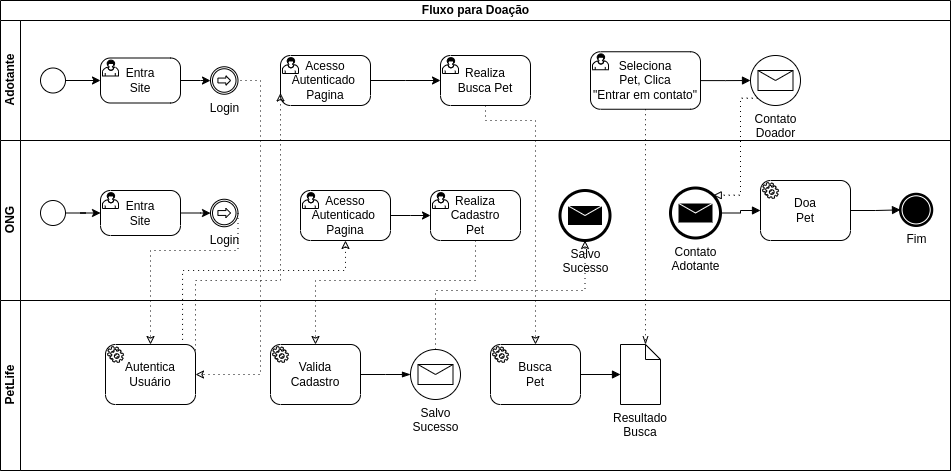
Earlier version of the draw.io export documentation/images/attachment/dv_principal_doacao.png (TurmaADS2020/PetLife). Source tidied: cells renumbered, new cells last; positions are measured from the earlier drawing's top-left corner, leaving out a move shared by most shapes.
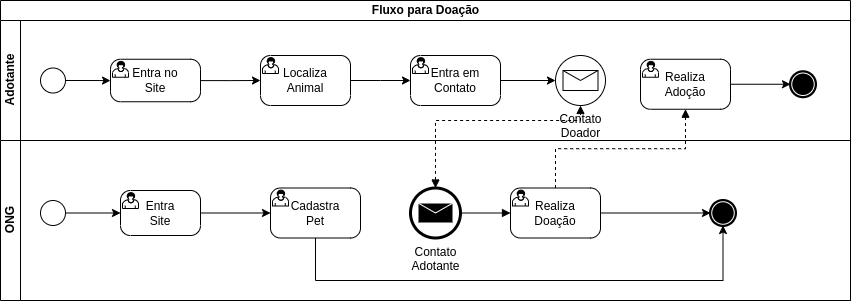
The same file after the commit.

What changed in the source:
```diff
@@ -3,10 +3,10 @@
     <mxCell id="0" />
     <mxCell id="1" parent="0" />
     <mxCell id="2" value="Fluxo para Doação" style="swimlane;html=1;horizontal=1;startSize=20;" parent="1" vertex="1">
-      <mxGeometry width="950" height="470" as="geometry" />
+      <mxGeometry width="850" height="300" as="geometry" />
     </mxCell>
     <mxCell id="3" value="Adotante" style="swimlane;html=1;startSize=20;horizontal=0;" parent="2" vertex="1">
-      <mxGeometry y="20" width="950" height="120" as="geometry" />
+      <mxGeometry y="20" width="850" height="120" as="geometry" />
     </mxCell>
     <mxCell id="4" style="edgeStyle=orthogonalEdgeStyle;rounded=0;jettySize=auto;html=1;elbow=vertical;" parent="3" edge="1" source="5" target="7">
       <mxGeometry relative="1" as="geometry" />
@@ -14,43 +14,38 @@
     <mxCell id="5" style="points=[[0.145,0.145,0],[0.5,0,0],[0.855,0.145,0],[1,0.5,0],[0.855,0.855,0],[0.5,1,0],[0.145,0.855,0],[0,0.5,0]];shape=mxgraph.bpmn.event;html=1;verticalLabelPosition=bottom;labelBackgroundColor=#ffffff;verticalAlign=top;align=center;perimeter=ellipsePerimeter;outlineConnect=0;outline=standard;symbol=general;" parent="3" vertex="1">
       <mxGeometry x="40" y="47.5" width="25" height="25" as="geometry" />
     </mxCell>
-    <mxCell id="6" style="edgeStyle=orthogonalEdgeStyle;rounded=0;jettySize=auto;html=1;elbow=vertical;" parent="3" edge="1" source="7" target="8">
-      <mxGeometry relative="1" as="geometry" />
-    </mxCell>
+    <mxCell id="48" style="edgeStyle=orthogonalEdgeStyle;rounded=0;jettySize=auto;html=1;" parent="3" edge="1" source="7" target="10">
+      <mxGeometry relative="1" as="geometry" />
+    </mxCell>
-    <mxCell id="7" value="Entra&#10;Site" style="points=[[0.25,0,0],[0.5,0,0],[0.75,0,0],[1,0.25,0],[1,0.5,0],[1,0.75,0],[0.75,1,0],[0.5,1,0],[0.25,1,0],[0,0.75,0],[0,0.5,0],[0,0.25,0]];shape=mxgraph.bpmn.task;whiteSpace=wrap;rectStyle=rounded;size=10;taskMarker=user;" parent="3" vertex="1">
-      <mxGeometry x="100" y="37.5" width="80" height="45" as="geometry" />
+    <mxCell id="7" value="Entra no&#10;Site" style="points=[[0.25,0,0],[0.5,0,0],[0.75,0,0],[1,0.25,0],[1,0.5,0],[1,0.75,0],[0.75,1,0],[0.5,1,0],[0.25,1,0],[0,0.75,0],[0,0.5,0],[0,0.25,0]];shape=mxgraph.bpmn.task;whiteSpace=wrap;rectStyle=rounded;size=10;taskMarker=user;" parent="3" vertex="1">
+      <mxGeometry x="110" y="38.8" width="90" height="42.5" as="geometry" />
     </mxCell>
-    <mxCell id="8" value="Login" style="points=[[0.145,0.145,0],[0.5,0,0],[0.855,0.145,0],[1,0.5,0],[0.855,0.855,0],[0.5,1,0],[0.145,0.855,0],[0,0.5,0]];shape=mxgraph.bpmn.event;html=1;verticalLabelPosition=bottom;labelBackgroundColor=#ffffff;verticalAlign=top;align=center;perimeter=ellipsePerimeter;outlineConnect=0;outline=catching;symbol=link;" parent="3" vertex="1">
-      <mxGeometry x="210" y="46.2" width="27.5" height="27.5" as="geometry" />
-    </mxCell>
-    <mxCell id="9" style="edgeStyle=elbowEdgeStyle;fontSize=12;html=1;endFill=0;startFill=0;endSize=6;startSize=6;dashed=1;dashPattern=1 4;endArrow=classic;startArrow=none;rounded=0;entryX=1;entryY=0.5;entryDx=0;entryDy=0;entryPerimeter=0;" parent="3" edge="1" target="36">
-      <mxGeometry relative="1" as="geometry">
-        <mxPoint x="240" y="60" as="sourcePoint" />
-        <Array as="points">
-          <mxPoint x="260" y="210" />
-        </Array>
-      </mxGeometry>
-    </mxCell>
-    <mxCell id="10" value="Acesso&#10;Autenticado &#10;Pagina" style="points=[[0.25,0,0],[0.5,0,0],[0.75,0,0],[1,0.25,0],[1,0.5,0],[1,0.75,0],[0.75,1,0],[0.5,1,0],[0.25,1,0],[0,0.75,0],[0,0.5,0],[0,0.25,0]];shape=mxgraph.bpmn.task;whiteSpace=wrap;rectStyle=rounded;size=10;taskMarker=user;" parent="3" vertex="1">
-      <mxGeometry x="280" y="35" width="90" height="50" as="geometry" />
+    <mxCell id="10" value="Localiza&#10;Animal" style="points=[[0.25,0,0],[0.5,0,0],[0.75,0,0],[1,0.25,0],[1,0.5,0],[1,0.75,0],[0.75,1,0],[0.5,1,0],[0.25,1,0],[0,0.75,0],[0,0.5,0],[0,0.25,0]];shape=mxgraph.bpmn.task;whiteSpace=wrap;rectStyle=rounded;size=10;taskMarker=user;" parent="3" vertex="1">
+      <mxGeometry x="260" y="35" width="90" height="50" as="geometry" />
     </mxCell>
+    <mxCell id="49" style="edgeStyle=orthogonalEdgeStyle;rounded=0;jettySize=auto;html=1;" parent="3" edge="1" source="11" target="15">
+      <mxGeometry relative="1" as="geometry" />
+    </mxCell>
-    <mxCell id="11" value="Realiza&#10;Busca Pet" style="points=[[0.25,0,0],[0.5,0,0],[0.75,0,0],[1,0.25,0],[1,0.5,0],[1,0.75,0],[0.75,1,0],[0.5,1,0],[0.25,1,0],[0,0.75,0],[0,0.5,0],[0,0.25,0]];shape=mxgraph.bpmn.task;whiteSpace=wrap;rectStyle=rounded;size=10;taskMarker=user;" parent="3" vertex="1">
-      <mxGeometry x="440" y="35" width="90" height="50" as="geometry" />
+    <mxCell id="11" value="Entra em Contato" style="points=[[0.25,0,0],[0.5,0,0],[0.75,0,0],[1,0.25,0],[1,0.5,0],[1,0.75,0],[0.75,1,0],[0.5,1,0],[0.25,1,0],[0,0.75,0],[0,0.5,0],[0,0.25,0]];shape=mxgraph.bpmn.task;whiteSpace=wrap;rectStyle=rounded;size=10;taskMarker=user;" parent="3" vertex="1">
+      <mxGeometry x="410" y="35" width="90" height="50" as="geometry" />
     </mxCell>
     <mxCell id="12" style="edgeStyle=elbowEdgeStyle;rounded=0;jettySize=auto;elbow=vertical;html=1;" parent="3" edge="1" source="10" target="11">
       <mxGeometry relative="1" as="geometry" />
     </mxCell>
-    <mxCell id="13" style="edgeStyle=orthogonalEdgeStyle;rounded=0;jettySize=auto;html=1;startArrow=none;startFill=0;endArrow=block;endFill=1;" parent="3" edge="1" source="14" target="15">
-      <mxGeometry relative="1" as="geometry" />
-    </mxCell>
-    <mxCell id="14" value="Seleciona&#10;Pet, Clica&#10;&quot;Entrar em contato&quot;" style="points=[[0.25,0,0],[0.5,0,0],[0.75,0,0],[1,0.25,0],[1,0.5,0],[1,0.75,0],[0.75,1,0],[0.5,1,0],[0.25,1,0],[0,0.75,0],[0,0.5,0],[0,0.25,0]];shape=mxgraph.bpmn.task;whiteSpace=wrap;rectStyle=rounded;size=10;taskMarker=user;" parent="3" vertex="1">
-      <mxGeometry x="590" y="31.2" width="110" height="57.5" as="geometry" />
-    </mxCell>
     <mxCell id="15" value="Contato&lt;br&gt;Doador" style="points=[[0.145,0.145,0],[0.5,0,0],[0.855,0.145,0],[1,0.5,0],[0.855,0.855,0],[0.5,1,0],[0.145,0.855,0],[0,0.5,0]];shape=mxgraph.bpmn.event;html=1;verticalLabelPosition=bottom;labelBackgroundColor=#ffffff;verticalAlign=top;align=center;perimeter=ellipsePerimeter;outlineConnect=0;outline=standard;symbol=message;" parent="3" vertex="1">
-      <mxGeometry x="750" y="35" width="50" height="50" as="geometry" />
+      <mxGeometry x="555" y="35" width="50" height="50" as="geometry" />
     </mxCell>
+    <mxCell id="50" style="edgeStyle=orthogonalEdgeStyle;rounded=0;jettySize=auto;html=1;startArrow=none;startFill=0;" parent="3" edge="1" source="51" target="52">
+      <mxGeometry relative="1" as="geometry" />
+    </mxCell>
+    <mxCell id="51" value="Realiza&#10;Adoção" style="points=[[0.25,0,0],[0.5,0,0],[0.75,0,0],[1,0.25,0],[1,0.5,0],[1,0.75,0],[0.75,1,0],[0.5,1,0],[0.25,1,0],[0,0.75,0],[0,0.5,0],[0,0.25,0]];shape=mxgraph.bpmn.task;whiteSpace=wrap;rectStyle=rounded;size=10;taskMarker=user;" parent="3" vertex="1">
+      <mxGeometry x="640" y="38.8" width="90" height="50" as="geometry" />
+    </mxCell>
+    <mxCell id="52" style="points=[[0.145,0.145,0],[0.5,0,0],[0.855,0.145,0],[1,0.5,0],[0.855,0.855,0],[0.5,1,0],[0.145,0.855,0],[0,0.5,0]];shape=mxgraph.bpmn.event;html=1;verticalLabelPosition=bottom;labelBackgroundColor=#ffffff;verticalAlign=top;align=center;perimeter=ellipsePerimeter;outlineConnect=0;outline=end;symbol=terminate;" parent="3" vertex="1">
+      <mxGeometry x="790" y="51.2" width="25" height="25" as="geometry" />
+    </mxCell>
     <mxCell id="16" value="ONG" style="swimlane;html=1;startSize=20;horizontal=0;" parent="2" vertex="1">
-      <mxGeometry y="140" width="950" height="160" as="geometry" />
+      <mxGeometry y="140" width="850" height="160" as="geometry" />
     </mxCell>
     <mxCell id="17" style="edgeStyle=orthogonalEdgeStyle;rounded=0;jettySize=auto;html=1;" parent="16" edge="1" source="18" target="20">
       <mxGeometry relative="1" as="geometry" />
@@ -58,124 +53,47 @@
     <mxCell id="18" style="points=[[0.145,0.145,0],[0.5,0,0],[0.855,0.145,0],[1,0.5,0],[0.855,0.855,0],[0.5,1,0],[0.145,0.855,0],[0,0.5,0]];shape=mxgraph.bpmn.event;html=1;verticalLabelPosition=bottom;labelBackgroundColor=#ffffff;verticalAlign=top;align=center;perimeter=ellipsePerimeter;outlineConnect=0;outline=standard;symbol=general;" parent="16" vertex="1">
       <mxGeometry x="40" y="60" width="25" height="25" as="geometry" />
     </mxCell>
-    <mxCell id="19" style="edgeStyle=orthogonalEdgeStyle;rounded=0;jettySize=auto;html=1;" parent="16" edge="1" source="20" target="21">
-      <mxGeometry relative="1" as="geometry" />
-    </mxCell>
     <mxCell id="20" value="Entra&#10;Site" style="points=[[0.25,0,0],[0.5,0,0],[0.75,0,0],[1,0.25,0],[1,0.5,0],[1,0.75,0],[0.75,1,0],[0.5,1,0],[0.25,1,0],[0,0.75,0],[0,0.5,0],[0,0.25,0]];shape=mxgraph.bpmn.task;whiteSpace=wrap;rectStyle=rounded;size=10;taskMarker=user;" parent="16" vertex="1">
-      <mxGeometry x="100" y="50" width="80" height="45" as="geometry" />
+      <mxGeometry x="120" y="50" width="80" height="45" as="geometry" />
     </mxCell>
-    <mxCell id="21" value="Login" style="points=[[0.145,0.145,0],[0.5,0,0],[0.855,0.145,0],[1,0.5,0],[0.855,0.855,0],[0.5,1,0],[0.145,0.855,0],[0,0.5,0]];shape=mxgraph.bpmn.event;html=1;verticalLabelPosition=bottom;labelBackgroundColor=#ffffff;verticalAlign=top;align=center;perimeter=ellipsePerimeter;outlineConnect=0;outline=catching;symbol=link;" parent="16" vertex="1">
-      <mxGeometry x="210" y="58.8" width="27.5" height="27.5" as="geometry" />
-    </mxCell>
-    <mxCell id="22" style="edgeStyle=elbowEdgeStyle;rounded=0;jettySize=auto;elbow=vertical;html=1;" parent="16" edge="1" source="23" target="24">
-      <mxGeometry relative="1" as="geometry" />
-    </mxCell>
-    <mxCell id="23" value="Acesso&#10;Autenticado &#10;Pagina" style="points=[[0.25,0,0],[0.5,0,0],[0.75,0,0],[1,0.25,0],[1,0.5,0],[1,0.75,0],[0.75,1,0],[0.5,1,0],[0.25,1,0],[0,0.75,0],[0,0.5,0],[0,0.25,0]];shape=mxgraph.bpmn.task;whiteSpace=wrap;rectStyle=rounded;size=10;taskMarker=user;" parent="16" vertex="1">
-      <mxGeometry x="300" y="50" width="90" height="50" as="geometry" />
-    </mxCell>
-    <mxCell id="24" value="Realiza&#10;Cadastro&#10;Pet" style="points=[[0.25,0,0],[0.5,0,0],[0.75,0,0],[1,0.25,0],[1,0.5,0],[1,0.75,0],[0.75,1,0],[0.5,1,0],[0.25,1,0],[0,0.75,0],[0,0.5,0],[0,0.25,0]];shape=mxgraph.bpmn.task;whiteSpace=wrap;rectStyle=rounded;size=10;taskMarker=user;" parent="16" vertex="1">
-      <mxGeometry x="430" y="50" width="90" height="50" as="geometry" />
-    </mxCell>
-    <mxCell id="25" value="Salvo&lt;br&gt;Sucesso" style="points=[[0.145,0.145,0],[0.5,0,0],[0.855,0.145,0],[1,0.5,0],[0.855,0.855,0],[0.5,1,0],[0.145,0.855,0],[0,0.5,0]];shape=mxgraph.bpmn.event;html=1;verticalLabelPosition=bottom;labelBackgroundColor=#ffffff;verticalAlign=top;align=center;perimeter=ellipsePerimeter;outlineConnect=0;outline=end;symbol=message;" parent="16" vertex="1">
-      <mxGeometry x="559.5" y="50" width="50" height="50" as="geometry" />
-    </mxCell>
-    <mxCell id="26" style="edgeStyle=elbowEdgeStyle;rounded=0;jettySize=auto;html=1;startArrow=none;startFill=0;endArrow=block;endFill=1;" parent="16" edge="1" source="27" target="29">
-      <mxGeometry relative="1" as="geometry" />
-    </mxCell>
+    <mxCell id="53" style="edgeStyle=orthogonalEdgeStyle;rounded=0;jettySize=auto;html=1;startArrow=none;startFill=0;endArrow=block;endFill=1;" parent="16" edge="1" source="27" target="57">
+      <mxGeometry relative="1" as="geometry" />
+    </mxCell>
     <mxCell id="27" value="Contato&lt;br&gt;Adotante" style="points=[[0.145,0.145,0],[0.5,0,0],[0.855,0.145,0],[1,0.5,0],[0.855,0.855,0],[0.5,1,0],[0.145,0.855,0],[0,0.5,0]];shape=mxgraph.bpmn.event;html=1;verticalLabelPosition=bottom;labelBackgroundColor=#ffffff;verticalAlign=top;align=center;perimeter=ellipsePerimeter;outlineConnect=0;outline=end;symbol=message;" parent="16" vertex="1">
-      <mxGeometry x="670" y="47.5" width="50" height="50" as="geometry" />
+      <mxGeometry x="410" y="47.5" width="50" height="50" as="geometry" />
     </mxCell>
-    <mxCell id="28" style="edgeStyle=elbowEdgeStyle;rounded=0;jettySize=auto;html=1;startArrow=none;startFill=0;endArrow=block;endFill=1;" parent="16" edge="1" source="29" target="30">
-      <mxGeometry relative="1" as="geometry" />
-    </mxCell>
-    <mxCell id="29" value="Doa&#10;Pet" style="points=[[0.25,0,0],[0.5,0,0],[0.75,0,0],[1,0.25,0],[1,0.5,0],[1,0.75,0],[0.75,1,0],[0.5,1,0],[0.25,1,0],[0,0.75,0],[0,0.5,0],[0,0.25,0]];shape=mxgraph.bpmn.task;whiteSpace=wrap;rectStyle=rounded;size=10;taskMarker=service;" parent="16" vertex="1">
-      <mxGeometry x="760" y="40" width="90" height="60" as="geometry" />
-    </mxCell>
-    <mxCell id="30" value="Fim" style="points=[[0.145,0.145,0],[0.5,0,0],[0.855,0.145,0],[1,0.5,0],[0.855,0.855,0],[0.5,1,0],[0.145,0.855,0],[0,0.5,0]];shape=mxgraph.bpmn.event;html=1;verticalLabelPosition=bottom;labelBackgroundColor=#ffffff;verticalAlign=top;align=center;perimeter=ellipsePerimeter;outlineConnect=0;outline=end;symbol=terminate;" parent="16" vertex="1">
-      <mxGeometry x="900" y="53.7" width="31.2" height="31.2" as="geometry" />
-    </mxCell>
-    <mxCell id="31" style="edgeStyle=elbowEdgeStyle;fontSize=12;html=1;endFill=0;startFill=0;endSize=6;startSize=6;dashed=1;dashPattern=1 4;endArrow=classic;startArrow=none;rounded=0;exitX=1;exitY=0.5;exitDx=0;exitDy=0;exitPerimeter=0;entryX=0.5;entryY=0;entryDx=0;entryDy=0;entryPerimeter=0;elbow=vertical;" parent="2" edge="1" source="21" target="36">
-      <mxGeometry relative="1" as="geometry">
-        <Array as="points">
-          <mxPoint x="160" y="250" />
-        </Array>
-      </mxGeometry>
-    </mxCell>
-    <mxCell id="32" value="&lt;br&gt;" style="edgeLabel;html=1;align=center;verticalAlign=middle;" parent="31" vertex="1">
-      <mxGeometry x="-0.74" y="-1" relative="1" as="geometry">
-        <mxPoint x="1" as="offset" />
-      </mxGeometry>
-    </mxCell>
-    <mxCell id="33" style="edgeStyle=elbowEdgeStyle;fontSize=12;html=1;endFill=0;startFill=0;endSize=6;startSize=6;dashed=1;dashPattern=1 4;endArrow=classic;startArrow=none;rounded=0;elbow=vertical;exitX=0.5;exitY=1;exitDx=0;exitDy=0;exitPerimeter=0;entryX=0.5;entryY=0;entryDx=0;entryDy=0;entryPerimeter=0;" parent="2" edge="1" source="24" target="37">
-      <mxGeometry relative="1" as="geometry">
-        <Array as="points">
-          <mxPoint x="400" y="280" />
-        </Array>
-      </mxGeometry>
-    </mxCell>
-    <mxCell id="34" style="edgeStyle=elbowEdgeStyle;fontSize=12;html=1;endFill=0;startFill=0;endSize=6;startSize=6;dashed=1;dashPattern=1 4;endArrow=none;startArrow=classic;rounded=0;elbow=vertical;exitX=0.5;exitY=1;exitDx=0;exitDy=0;exitPerimeter=0;entryX=0.856;entryY=-0.033;entryDx=0;entryDy=0;entryPerimeter=0;" parent="2" edge="1" source="23" target="36">
-      <mxGeometry relative="1" as="geometry">
-        <Array as="points">
-          <mxPoint x="240" y="270" />
-          <mxPoint x="290" y="260" />
-        </Array>
-      </mxGeometry>
-    </mxCell>
-    <mxCell id="35" value="PetLife" style="swimlane;html=1;startSize=20;horizontal=0;" parent="2" vertex="1">
-      <mxGeometry y="300" width="950" height="170" as="geometry" />
-    </mxCell>
-    <mxCell id="36" value="Autentica&#10;Usuário" style="points=[[0.25,0,0],[0.5,0,0],[0.75,0,0],[1,0.25,0],[1,0.5,0],[1,0.75,0],[0.75,1,0],[0.5,1,0],[0.25,1,0],[0,0.75,0],[0,0.5,0],[0,0.25,0]];shape=mxgraph.bpmn.task;whiteSpace=wrap;rectStyle=rounded;size=10;taskMarker=service;" parent="35" vertex="1">
-      <mxGeometry x="105" y="44" width="90" height="60" as="geometry" />
-    </mxCell>
-    <mxCell id="37" value="Valida&#10;Cadastro" style="points=[[0.25,0,0],[0.5,0,0],[0.75,0,0],[1,0.25,0],[1,0.5,0],[1,0.75,0],[0.75,1,0],[0.5,1,0],[0.25,1,0],[0,0.75,0],[0,0.5,0],[0,0.25,0]];shape=mxgraph.bpmn.task;whiteSpace=wrap;rectStyle=rounded;size=10;taskMarker=service;" parent="35" vertex="1">
-      <mxGeometry x="270" y="44" width="90" height="60" as="geometry" />
-    </mxCell>
-    <mxCell id="38" value="Salvo&lt;br&gt;Sucesso" style="points=[[0.145,0.145,0],[0.5,0,0],[0.855,0.145,0],[1,0.5,0],[0.855,0.855,0],[0.5,1,0],[0.145,0.855,0],[0,0.5,0]];shape=mxgraph.bpmn.event;html=1;verticalLabelPosition=bottom;labelBackgroundColor=#ffffff;verticalAlign=top;align=center;perimeter=ellipsePerimeter;outlineConnect=0;outline=standard;symbol=message;" parent="35" vertex="1">
-      <mxGeometry x="410" y="49" width="50" height="50" as="geometry" />
-    </mxCell>
-    <mxCell id="39" style="edgeStyle=elbowEdgeStyle;fontSize=12;html=1;endArrow=blockThin;endFill=1;rounded=0;elbow=vertical;exitX=1;exitY=0.5;exitDx=0;exitDy=0;exitPerimeter=0;entryX=0;entryY=0.5;entryDx=0;entryDy=0;entryPerimeter=0;" parent="35" edge="1" source="37" target="38">
-      <mxGeometry relative="1" as="geometry" />
-    </mxCell>
-    <mxCell id="40" style="edgeStyle=orthogonalEdgeStyle;rounded=0;jettySize=auto;html=1;startArrow=none;startFill=0;endArrow=block;endFill=1;" parent="35" edge="1" source="41" target="42">
-      <mxGeometry relative="1" as="geometry" />
-    </mxCell>
-    <mxCell id="41" value="Busca&#10;Pet" style="points=[[0.25,0,0],[0.5,0,0],[0.75,0,0],[1,0.25,0],[1,0.5,0],[1,0.75,0],[0.75,1,0],[0.5,1,0],[0.25,1,0],[0,0.75,0],[0,0.5,0],[0,0.25,0]];shape=mxgraph.bpmn.task;whiteSpace=wrap;rectStyle=rounded;size=10;taskMarker=service;" parent="35" vertex="1">
-      <mxGeometry x="490" y="44" width="90" height="60" as="geometry" />
-    </mxCell>
-    <mxCell id="42" value="Resultado&lt;br&gt;Busca" style="shape=mxgraph.bpmn.data;labelPosition=center;verticalLabelPosition=bottom;align=center;verticalAlign=top;whiteSpace=wrap;size=15;html=1;" parent="35" vertex="1">
-      <mxGeometry x="620" y="44" width="40" height="60" as="geometry" />
-    </mxCell>
-    <mxCell id="43" style="edgeStyle=elbowEdgeStyle;fontSize=12;html=1;endFill=0;startFill=0;endSize=6;startSize=6;dashed=1;dashPattern=1 4;endArrow=classic;startArrow=none;rounded=0;elbow=vertical;exitX=0.5;exitY=0;exitDx=0;exitDy=0;exitPerimeter=0;entryX=0.5;entryY=1;entryDx=0;entryDy=0;entryPerimeter=0;" parent="2" edge="1" source="38" target="25">
-      <mxGeometry relative="1" as="geometry">
-        <Array as="points">
-          <mxPoint x="490" y="290" />
-        </Array>
-      </mxGeometry>
-    </mxCell>
-    <mxCell id="44" style="edgeStyle=elbowEdgeStyle;fontSize=12;html=1;endFill=0;startFill=0;endSize=6;startSize=6;dashed=1;dashPattern=1 4;endArrow=none;startArrow=classic;rounded=0;elbow=vertical;exitX=0;exitY=0.75;exitDx=0;exitDy=0;exitPerimeter=0;entryX=1;entryY=0.25;entryDx=0;entryDy=0;entryPerimeter=0;" parent="2" edge="1" source="10" target="36">
-      <mxGeometry relative="1" as="geometry">
-        <Array as="points">
-          <mxPoint x="250" y="280" />
-          <mxPoint x="300" y="270" />
-        </Array>
-      </mxGeometry>
-    </mxCell>
-    <mxCell id="45" style="edgeStyle=elbowEdgeStyle;fontSize=12;html=1;endFill=0;startFill=0;endSize=6;startSize=6;dashed=1;dashPattern=1 4;endArrow=classic;startArrow=none;rounded=0;elbow=vertical;exitX=0.5;exitY=1;exitDx=0;exitDy=0;exitPerimeter=0;entryX=0.5;entryY=0;entryDx=0;entryDy=0;entryPerimeter=0;" parent="2" edge="1" source="11" target="41">
-      <mxGeometry relative="1" as="geometry">
-        <Array as="points">
-          <mxPoint x="475" y="120" />
-        </Array>
-      </mxGeometry>
-    </mxCell>
-    <mxCell id="46" style="edgeStyle=elbowEdgeStyle;fontSize=12;html=1;endFill=0;startFill=0;endSize=6;startSize=6;dashed=1;dashPattern=1 4;endArrow=openThin;startArrow=none;rounded=0;exitX=0.5;exitY=1;exitDx=0;exitDy=0;exitPerimeter=0;" parent="2" edge="1" source="14" target="42">
-      <mxGeometry relative="1" as="geometry" />
-    </mxCell>
-    <mxCell id="47" style="edgeStyle=elbowEdgeStyle;fontSize=12;html=1;endFill=0;startFill=0;endSize=6;startSize=6;dashed=1;dashPattern=1 4;endArrow=block;startArrow=none;rounded=0;entryX=0.855;entryY=0.145;entryDx=0;entryDy=0;entryPerimeter=0;exitX=0.145;exitY=0.855;exitDx=0;exitDy=0;exitPerimeter=0;" parent="2" edge="1" source="15" target="27">
-      <mxGeometry relative="1" as="geometry">
-        <Array as="points">
-          <mxPoint x="740" y="130" />
-        </Array>
-      </mxGeometry>
-    </mxCell>
+    <mxCell id="54" value="Cadastra&#10;Pet" style="points=[[0.25,0,0],[0.5,0,0],[0.75,0,0],[1,0.25,0],[1,0.5,0],[1,0.75,0],[0.75,1,0],[0.5,1,0],[0.25,1,0],[0,0.75,0],[0,0.5,0],[0,0.25,0]];shape=mxgraph.bpmn.task;whiteSpace=wrap;rectStyle=rounded;size=10;taskMarker=user;" parent="16" vertex="1">
+      <mxGeometry x="270" y="47.5" width="90" height="50" as="geometry" />
+    </mxCell>
+    <mxCell id="55" style="edgeStyle=orthogonalEdgeStyle;rounded=0;jettySize=auto;html=1;" parent="16" edge="1" source="20" target="54">
+      <mxGeometry relative="1" as="geometry" />
+    </mxCell>
+    <mxCell id="56" style="edgeStyle=orthogonalEdgeStyle;rounded=0;jettySize=auto;html=1;startArrow=none;startFill=0;" parent="16" edge="1" source="57" target="58">
+      <mxGeometry relative="1" as="geometry" />
+    </mxCell>
+    <mxCell id="57" value="Realiza&#10;Doação" style="points=[[0.25,0,0],[0.5,0,0],[0.75,0,0],[1,0.25,0],[1,0.5,0],[1,0.75,0],[0.75,1,0],[0.5,1,0],[0.25,1,0],[0,0.75,0],[0,0.5,0],[0,0.25,0]];shape=mxgraph.bpmn.task;whiteSpace=wrap;rectStyle=rounded;size=10;taskMarker=user;" parent="16" vertex="1">
+      <mxGeometry x="510" y="47.5" width="90" height="50" as="geometry" />
+    </mxCell>
+    <mxCell id="58" style="points=[[0.145,0.145,0],[0.5,0,0],[0.855,0.145,0],[1,0.5,0],[0.855,0.855,0],[0.5,1,0],[0.145,0.855,0],[0,0.5,0]];shape=mxgraph.bpmn.event;html=1;verticalLabelPosition=bottom;labelBackgroundColor=#ffffff;verticalAlign=top;align=center;perimeter=ellipsePerimeter;outlineConnect=0;outline=end;symbol=terminate;" parent="16" vertex="1">
+      <mxGeometry x="710" y="60" width="25" height="25" as="geometry" />
+    </mxCell>
+    <mxCell id="59" style="edgeStyle=elbowEdgeStyle;rounded=0;jettySize=auto;elbow=vertical;html=1;exitX=0.5;exitY=1;exitDx=0;exitDy=0;exitPerimeter=0;entryX=0.5;entryY=1;entryDx=0;entryDy=0;entryPerimeter=0;" parent="16" edge="1" source="54" target="58">
+      <mxGeometry relative="1" as="geometry">
+        <Array as="points">
+          <mxPoint x="520" y="140" />
+        </Array>
+      </mxGeometry>
+    </mxCell>
+    <mxCell id="60" style="endArrow=block;dashed=1;html=1;rounded=0;exitX=0.5;exitY=0;exitDx=0;exitDy=0;exitPerimeter=0;edgeStyle=orthogonalEdgeStyle;endFill=1;startArrow=block;startFill=1;" parent="2" edge="1" source="27" target="15">
+      <mxGeometry relative="1" as="geometry">
+        <Array as="points">
+          <mxPoint x="435" y="120" />
+          <mxPoint x="580" y="120" />
+        </Array>
+      </mxGeometry>
+    </mxCell>
+    <mxCell id="61" style="endArrow=block;dashed=1;html=1;rounded=0;exitX=0.5;exitY=0;exitDx=0;exitDy=0;exitPerimeter=0;edgeStyle=orthogonalEdgeStyle;endFill=1;startArrow=none;startFill=0;entryX=0.5;entryY=1;entryDx=0;entryDy=0;entryPerimeter=0;" parent="2" edge="1" source="57" target="51">
+      <mxGeometry relative="1" as="geometry" />
+    </mxCell>
   </root>
 </mxGraphModel>
```
